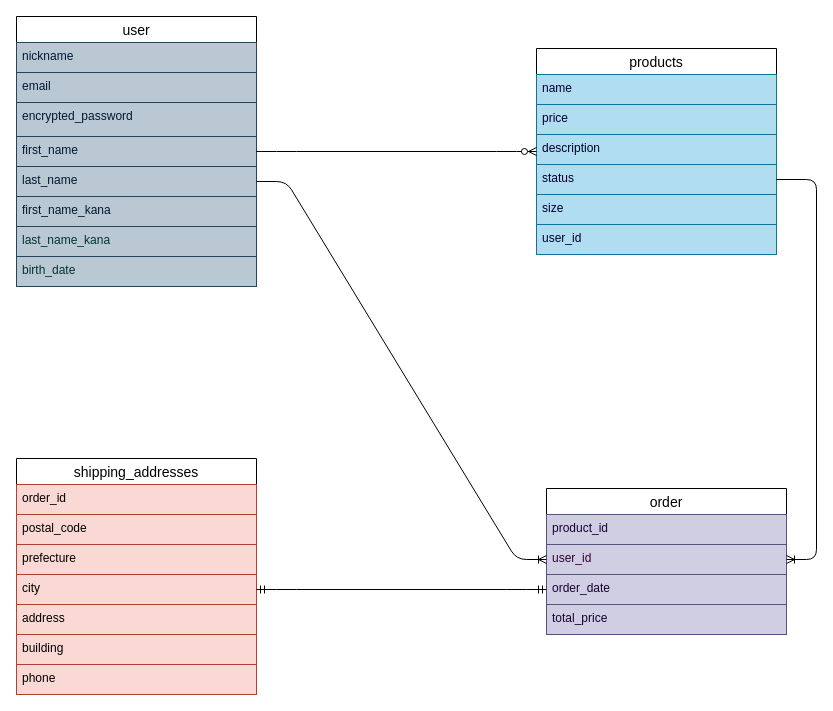
Earlier version of the draw.io diagram test.dio (shio-san3/furima-41266). Source tidied: cells renumbered, new cells numbered last; positions are measured from the earlier drawing's top-left corner, leaving out a move shared by most shapes. Both pictures are drawn from the tidied source at 100%, with x=0, y=0 at pixel (16, 16).
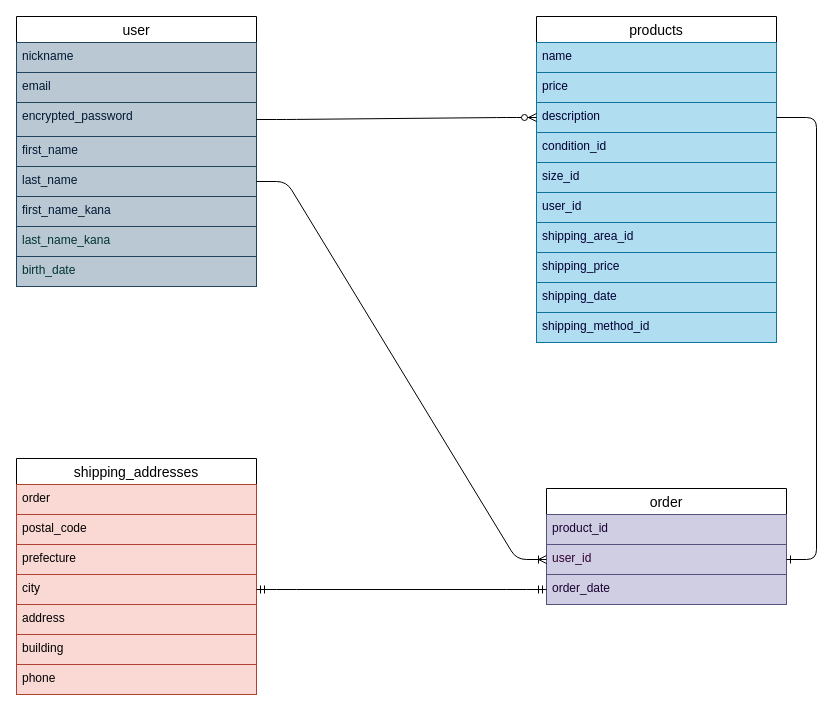
After the change.

Commit message (it also covers changes not shown here):
再考（二回目）

Unchanged cells that the change refers to:
```xml
<mxCell id="5" value="encrypted_password" style="text;strokeColor=#23445d;fillColor=#bac8d3;spacingLeft=4;spacingRight=4;overflow=hidden;points=[[0,0.5],[1,0.5]];portConstraint=eastwest;fontSize=12;fontColor=#001933;" parent="2" vertex="1">
  <mxGeometry y="86" width="240" height="34" as="geometry" />
</mxCell>
<mxCell id="6" value="first_name " style="text;strokeColor=#23445d;fillColor=#bac8d3;spacingLeft=4;spacingRight=4;overflow=hidden;points=[[0,0.5],[1,0.5]];portConstraint=eastwest;fontSize=12;fontColor=#001933;" parent="2" vertex="1">
  <mxGeometry y="120" width="240" height="30" as="geometry" />
</mxCell>
<mxCell id="14" value="description" style="text;strokeColor=#10739e;fillColor=#b1ddf0;spacingLeft=4;spacingRight=4;overflow=hidden;points=[[0,0.5],[1,0.5]];portConstraint=eastwest;fontSize=12;fontColor=#000033;" parent="11" vertex="1">
  <mxGeometry y="86" width="240" height="30" as="geometry" />
</mxCell>
<mxCell id="20" value="user_id" style="text;strokeColor=#56517e;fillColor=#d0cee2;spacingLeft=4;spacingRight=4;overflow=hidden;points=[[0,0.5],[1,0.5]];portConstraint=eastwest;fontSize=12;fontColor=#330033;" parent="18" vertex="1">
  <mxGeometry y="56" width="240" height="30" as="geometry" />
</mxCell>
<mxCell id="26" value="shipping_addresses" style="swimlane;fontStyle=0;horizontal=1;startSize=26;align=center;fontSize=14;" parent="1" vertex="1">
  <mxGeometry y="442" width="240" height="236" as="geometry" />
</mxCell>
```

Change to the diagram source:
```diff
@@
     <mxCell id="11" value="products" style="swimlane;fontStyle=0;horizontal=1;startSize=26;align=center;fontSize=14;" parent="1" vertex="1">
-      <mxGeometry x="520" y="32" width="240" height="206" as="geometry" />
+      <mxGeometry x="520" width="240" height="326" as="geometry" />
     </mxCell>
@@
-    <mxCell id="15" value="status" style="text;strokeColor=#10739e;fillColor=#b1ddf0;spacingLeft=4;spacingRight=4;overflow=hidden;points=[[0,0.5],[1,0.5]];portConstraint=eastwest;fontSize=12;fontColor=#000033;" parent="11" vertex="1">
-      <mxGeometry y="116" width="240" height="30" as="geometry" />
-    </mxCell>
-    <mxCell id="16" value="size" style="text;strokeColor=#10739e;fillColor=#b1ddf0;spacingLeft=4;spacingRight=4;overflow=hidden;fontSize=12;fontColor=#000033;" parent="11" vertex="1">
-      <mxGeometry y="146" width="240" height="30" as="geometry" />
-    </mxCell>
-    <mxCell id="17" value="user_id" style="text;strokeColor=#10739e;fillColor=#b1ddf0;spacingLeft=4;spacingRight=4;overflow=hidden;fontSize=12;fontColor=#000033;" parent="11" vertex="1">
-      <mxGeometry y="176" width="240" height="30" as="geometry" />
+    <mxCell id="17" value="condition_id" style="text;strokeColor=#10739e;fillColor=#b1ddf0;spacingLeft=4;spacingRight=4;overflow=hidden;fontSize=12;fontColor=#000033;" parent="11" vertex="1">
+      <mxGeometry y="116" width="240" height="30" as="geometry" />
     </mxCell>
+    <mxCell id="35" value="size_id" style="text;strokeColor=#10739e;fillColor=#b1ddf0;spacingLeft=4;spacingRight=4;overflow=hidden;fontSize=12;fontColor=#000033;" parent="11" vertex="1">
+      <mxGeometry y="146" width="240" height="30" as="geometry" />
+    </mxCell>
+    <mxCell id="36" value="user_id" style="text;strokeColor=#10739e;fillColor=#b1ddf0;spacingLeft=4;spacingRight=4;overflow=hidden;fontSize=12;fontColor=#000033;" parent="11" vertex="1">
+      <mxGeometry y="176" width="240" height="30" as="geometry" />
+    </mxCell>
+    <mxCell id="37" value="shipping_area_id" style="text;strokeColor=#10739e;fillColor=#b1ddf0;spacingLeft=4;spacingRight=4;overflow=hidden;fontSize=12;fontColor=#000033;" parent="11" vertex="1">
+      <mxGeometry y="206" width="240" height="30" as="geometry" />
+    </mxCell>
+    <mxCell id="38" value="shipping_price" style="text;strokeColor=#10739e;fillColor=#b1ddf0;spacingLeft=4;spacingRight=4;overflow=hidden;fontSize=12;fontColor=#000033;" parent="11" vertex="1">
+      <mxGeometry y="236" width="240" height="30" as="geometry" />
+    </mxCell>
+    <mxCell id="39" value="shipping_date" style="text;strokeColor=#10739e;fillColor=#b1ddf0;spacingLeft=4;spacingRight=4;overflow=hidden;fontSize=12;fontColor=#000033;" parent="11" vertex="1">
+      <mxGeometry y="266" width="240" height="30" as="geometry" />
+    </mxCell>
+    <mxCell id="40" value="shipping_method_id" style="text;strokeColor=#10739e;fillColor=#b1ddf0;spacingLeft=4;spacingRight=4;overflow=hidden;fontSize=12;fontColor=#000033;" parent="11" vertex="1">
+      <mxGeometry y="296" width="240" height="30" as="geometry" />
+    </mxCell>
     <mxCell id="18" value="order" style="swimlane;fontStyle=0;horizontal=1;startSize=26;align=center;fontSize=14;" parent="1" vertex="1">
-      <mxGeometry x="530" y="472" width="240" height="146" as="geometry" />
+      <mxGeometry x="530" y="472" width="240" height="116" as="geometry" />
     </mxCell>
@@
-    <mxCell id="22" value="total_price" style="text;strokeColor=#56517e;fillColor=#d0cee2;spacingLeft=4;spacingRight=4;overflow=hidden;fontSize=12;fontColor=#190033;" parent="18" vertex="1">
-      <mxGeometry y="116" width="240" height="30" as="geometry" />
-    </mxCell>
-    <mxCell id="23" style="edgeStyle=entityRelationEdgeStyle;fontSize=12;html=1;endArrow=ERoneToMany;" parent="1" edge="1" source="15" target="20">
-      <mxGeometry relative="1" as="geometry" />
-    </mxCell>
@@
-    <mxCell id="25" style="edgeStyle=entityRelationEdgeStyle;fontSize=12;html=1;endArrow=ERzeroToMany;endFill=1;" parent="1" edge="1" source="6" target="11">
+    <mxCell id="25" style="edgeStyle=entityRelationEdgeStyle;fontSize=12;html=1;endArrow=ERzeroToMany;endFill=1;" parent="1" edge="1" source="5" target="14">
       <mxGeometry relative="1" as="geometry" />
     </mxCell>
@@
-    <mxCell id="27" value="order_id" style="text;strokeColor=#ae4132;fillColor=#fad9d5;spacingLeft=4;spacingRight=4;overflow=hidden;fontSize=12;fontColor=#000000;" parent="26" vertex="1">
+    <mxCell id="27" value="order" style="text;strokeColor=#ae4132;fillColor=#fad9d5;spacingLeft=4;spacingRight=4;overflow=hidden;fontSize=12;fontColor=#000000;" parent="26" vertex="1">
       <mxGeometry y="26" width="240" height="30" as="geometry" />
     </mxCell>
@@
+    <mxCell id="41" style="edgeStyle=entityRelationEdgeStyle;fontSize=12;html=1;endArrow=ERone;endFill=1;fontColor=#003333;" parent="1" edge="1" source="14" target="20">
+      <mxGeometry relative="1" as="geometry" />
+    </mxCell>
```
